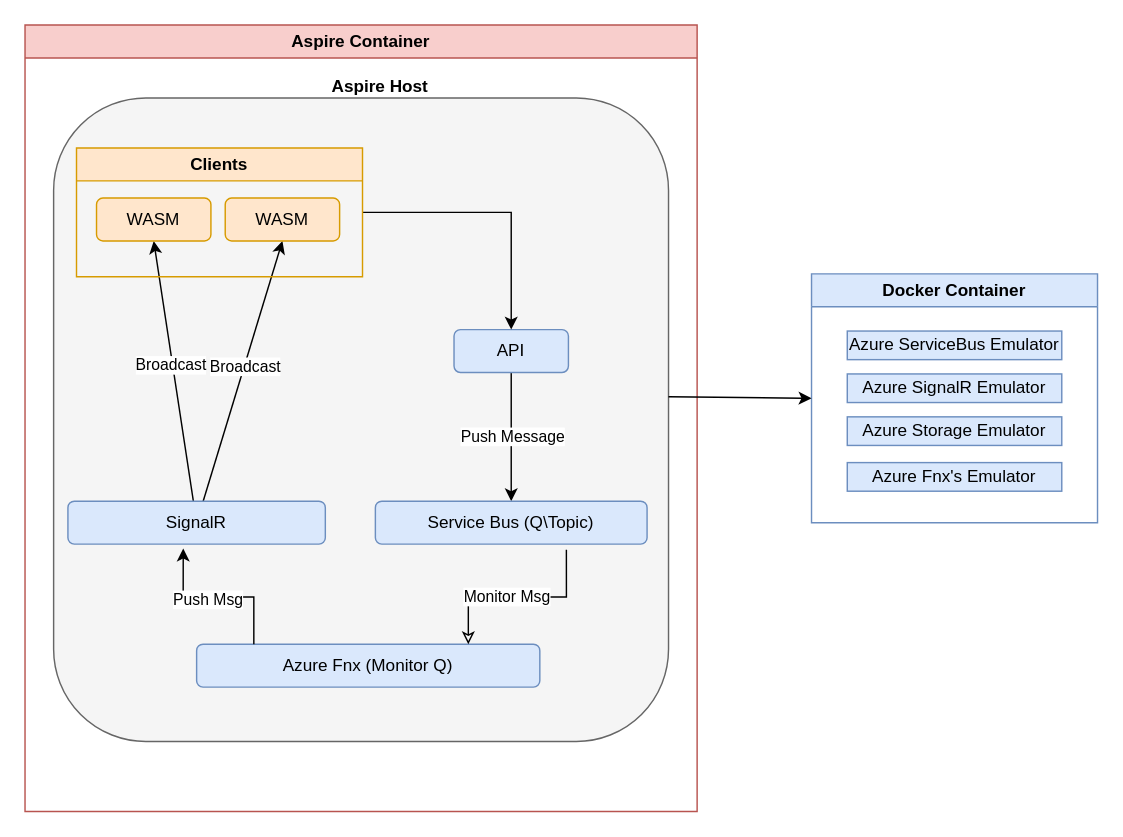
Earlier version of the draw.io diagram Azurite.AppHost/Misc/Architecture Overview.drawio (Bert0Neill/AspireAzuriteDemo). Source tidied: cells renumbered, new cells numbered last; positions are measured from the earlier drawing's top-left corner, leaving out a move shared by most shapes. Both pictures are drawn from the tidied source at 143%, with x=0, y=0 at pixel (24, 24).
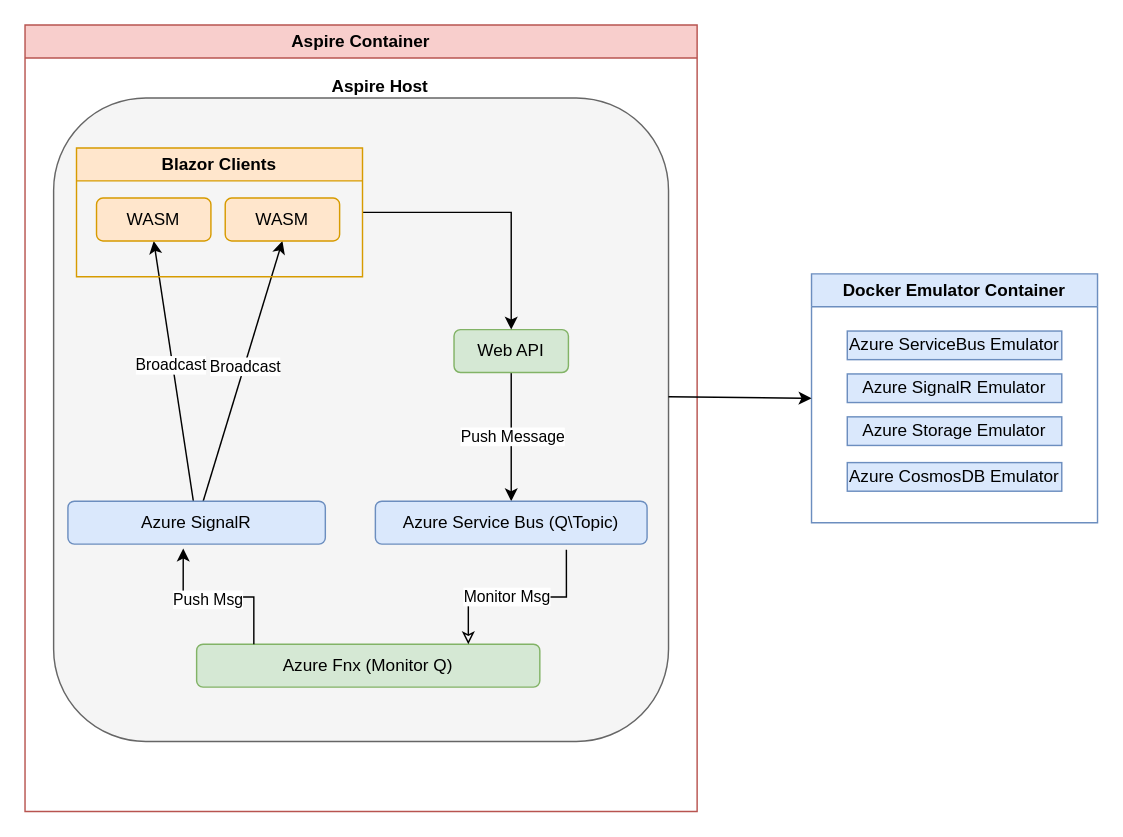
Above is the later version.

Unchanged cells that the change refers to:
```xml
<mxCell id="7" value="Aspire Container" style="swimlane;whiteSpace=wrap;html=1;fillColor=#f8cecc;strokeColor=#b85450;" parent="1" vertex="1">
  <mxGeometry width="470" height="550" as="geometry" />
</mxCell>
```

Change to the diagram source:
```diff
@@
-    <mxCell id="2" value="Docker Container" style="swimlane;whiteSpace=wrap;html=1;fillColor=#dae8fc;strokeColor=#6c8ebf;" parent="1" vertex="1">
+    <mxCell id="2" value="Docker Emulator Container" style="swimlane;whiteSpace=wrap;html=1;fillColor=#dae8fc;strokeColor=#6c8ebf;" parent="1" vertex="1">
       <mxGeometry x="550" y="174" width="200" height="174" as="geometry" />
     </mxCell>
@@
-    <mxCell id="6" value="Azure Fnx's Emulator" style="rounded=0;whiteSpace=wrap;html=1;flipV=1;flipH=0;fillColor=#dae8fc;strokeColor=#6c8ebf;" parent="2" vertex="1">
+    <mxCell id="6" value="Azure CosmosDB Emulator" style="rounded=0;whiteSpace=wrap;html=1;flipV=1;flipH=0;fillColor=#dae8fc;strokeColor=#6c8ebf;" parent="2" vertex="1">
       <mxGeometry x="25" y="132" width="150" height="20" as="geometry" />
     </mxCell>
@@
-    <mxCell id="11" value="API" style="rounded=1;whiteSpace=wrap;html=1;fillColor=#dae8fc;strokeColor=#6c8ebf;" parent="7" vertex="1">
+    <mxCell id="11" value="Web API" style="rounded=1;whiteSpace=wrap;html=1;fillColor=#d5e8d4;strokeColor=#82b366;" parent="7" vertex="1">
       <mxGeometry x="300" y="213" width="80" height="30" as="geometry" />
     </mxCell>
@@
-    <mxCell id="13" value="Azure Fnx (Monitor Q)" style="rounded=1;whiteSpace=wrap;html=1;fillColor=#dae8fc;strokeColor=#6c8ebf;" parent="7" vertex="1">
+    <mxCell id="13" value="Azure Fnx (Monitor Q)" style="rounded=1;whiteSpace=wrap;html=1;fillColor=#d5e8d4;strokeColor=#82b366;" parent="7" vertex="1">
       <mxGeometry x="120" y="433" width="240" height="30" as="geometry" />
     </mxCell>
@@
-    <mxCell id="18" value="SignalR" style="rounded=1;whiteSpace=wrap;html=1;fillColor=#dae8fc;strokeColor=#6c8ebf;" parent="7" vertex="1">
+    <mxCell id="18" value="Azure SignalR" style="rounded=1;whiteSpace=wrap;html=1;fillColor=#dae8fc;strokeColor=#6c8ebf;" parent="7" vertex="1">
       <mxGeometry x="30" y="333" width="180" height="30" as="geometry" />
     </mxCell>
-    <mxCell id="19" value="Service Bus (Q\Topic)" style="rounded=1;whiteSpace=wrap;html=1;fillColor=#dae8fc;strokeColor=#6c8ebf;" parent="7" vertex="1">
+    <mxCell id="19" value="Azure Service Bus (Q\Topic)" style="rounded=1;whiteSpace=wrap;html=1;fillColor=#dae8fc;strokeColor=#6c8ebf;" parent="7" vertex="1">
       <mxGeometry x="245" y="333" width="190" height="30" as="geometry" />
     </mxCell>
@@
-    <mxCell id="26" value="Clients" style="swimlane;whiteSpace=wrap;html=1;fillColor=#ffe6cc;strokeColor=#d79b00;" parent="7" vertex="1">
+    <mxCell id="26" value="Blazor Clients" style="swimlane;whiteSpace=wrap;html=1;fillColor=#ffe6cc;strokeColor=#d79b00;" parent="7" vertex="1">
       <mxGeometry x="36" y="86" width="200" height="90" as="geometry" />
     </mxCell>
```
